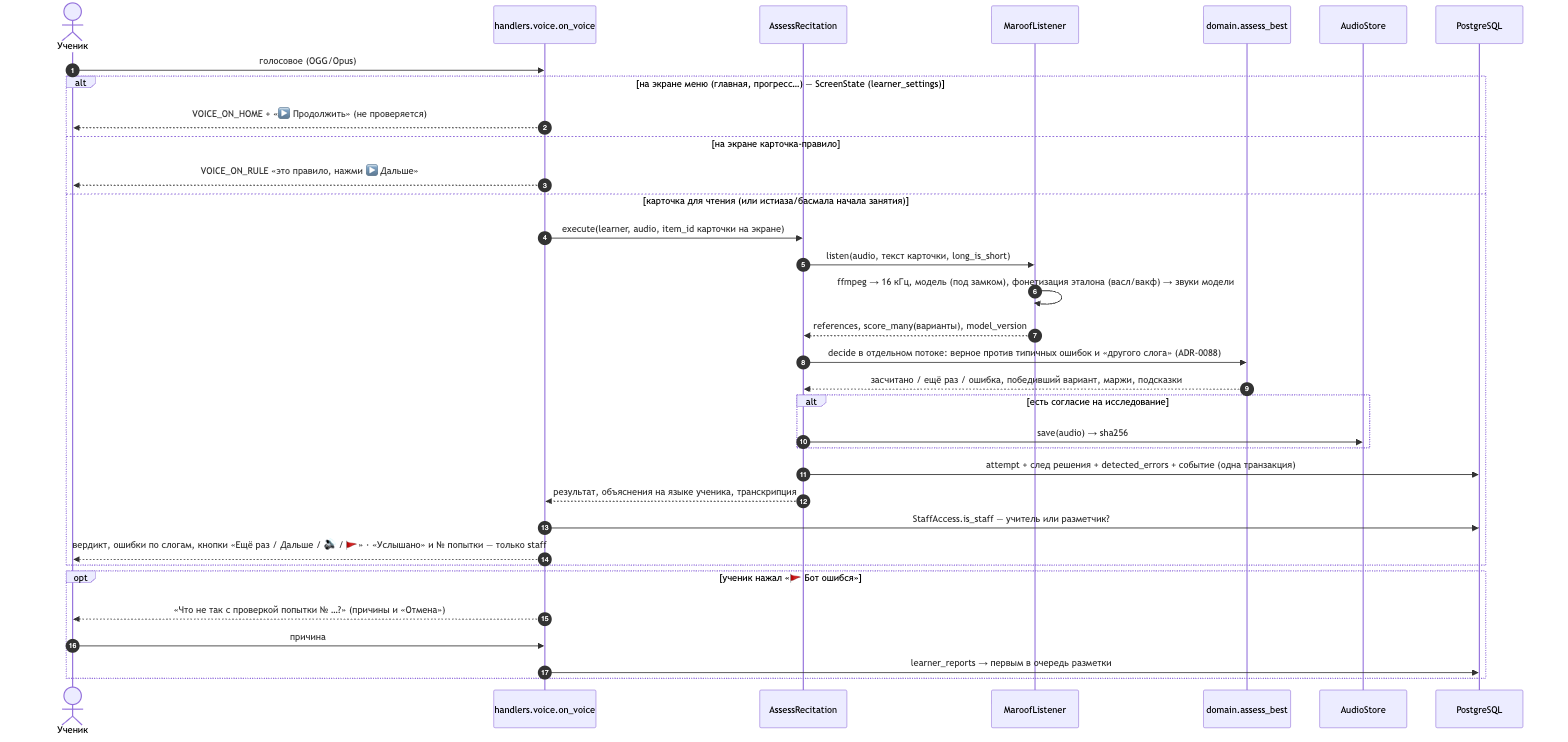
Earlier version of the Mermaid export docs/architecture/diagrams/03-voice-sequence.png (abdra04-gif/muallim). Its source is kept beside it as docs/architecture/diagrams/03-voice-sequence.mmd.
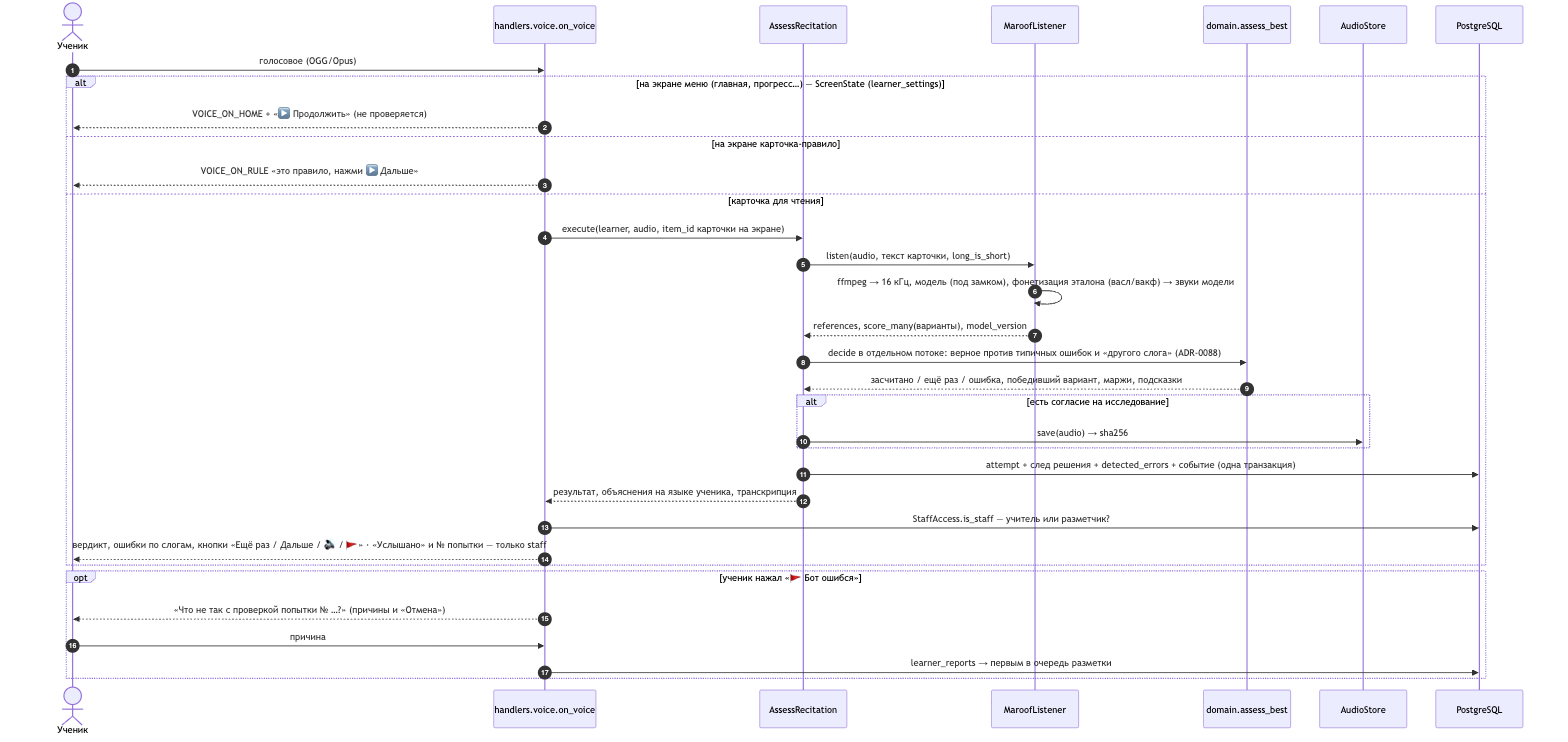
Later version of the same file.

What changed in the source:
```diff
@@ -13,7 +13,7 @@
         H-->>L: VOICE_ON_HOME + «▶️ Продолжить» (не проверяется)
     else на экране карточка-правило
         H-->>L: VOICE_ON_RULE «это правило, нажми ▶️ Дальше»
-    else карточка для чтения (или истиаза/басмала начала занятия)
+    else карточка для чтения
     H->>UC: execute(learner, audio, item_id карточки на экране)
     UC->>R: listen(audio, текст карточки, long_is_short)
     R->>R: ffmpeg → 16 кГц, модель (под замком), фонетизация эталона (васл/вакф) → звуки модели
```
